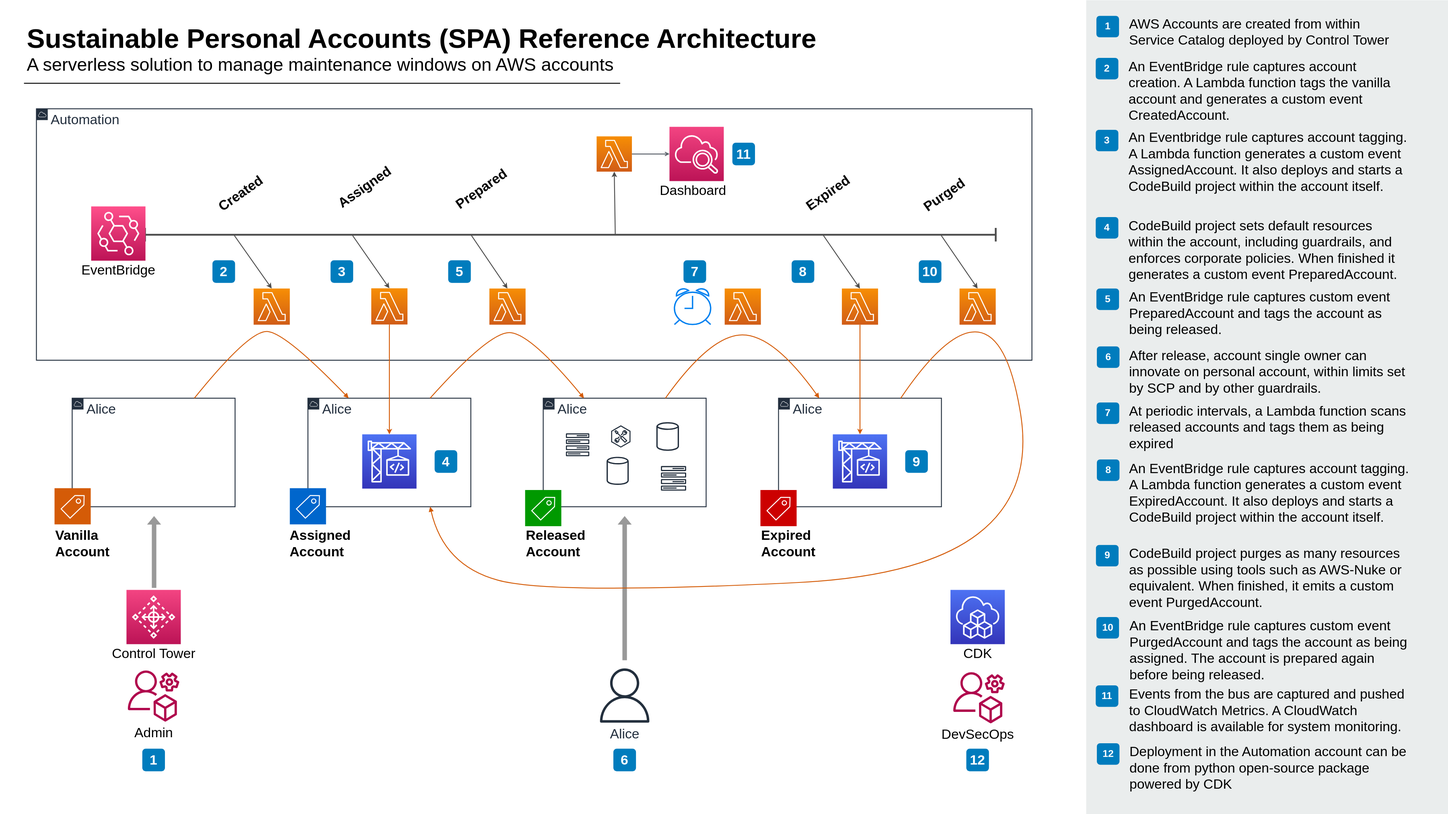
reply-fr/sustainable-personal-accounts keeps this draw.io diagram as media/reference-architecture.svg. Above is the earlier version. Source tidied: cells renumbered, new cells last; positions are measured from the earlier drawing's top-left corner, leaving out a move shared by most shapes.
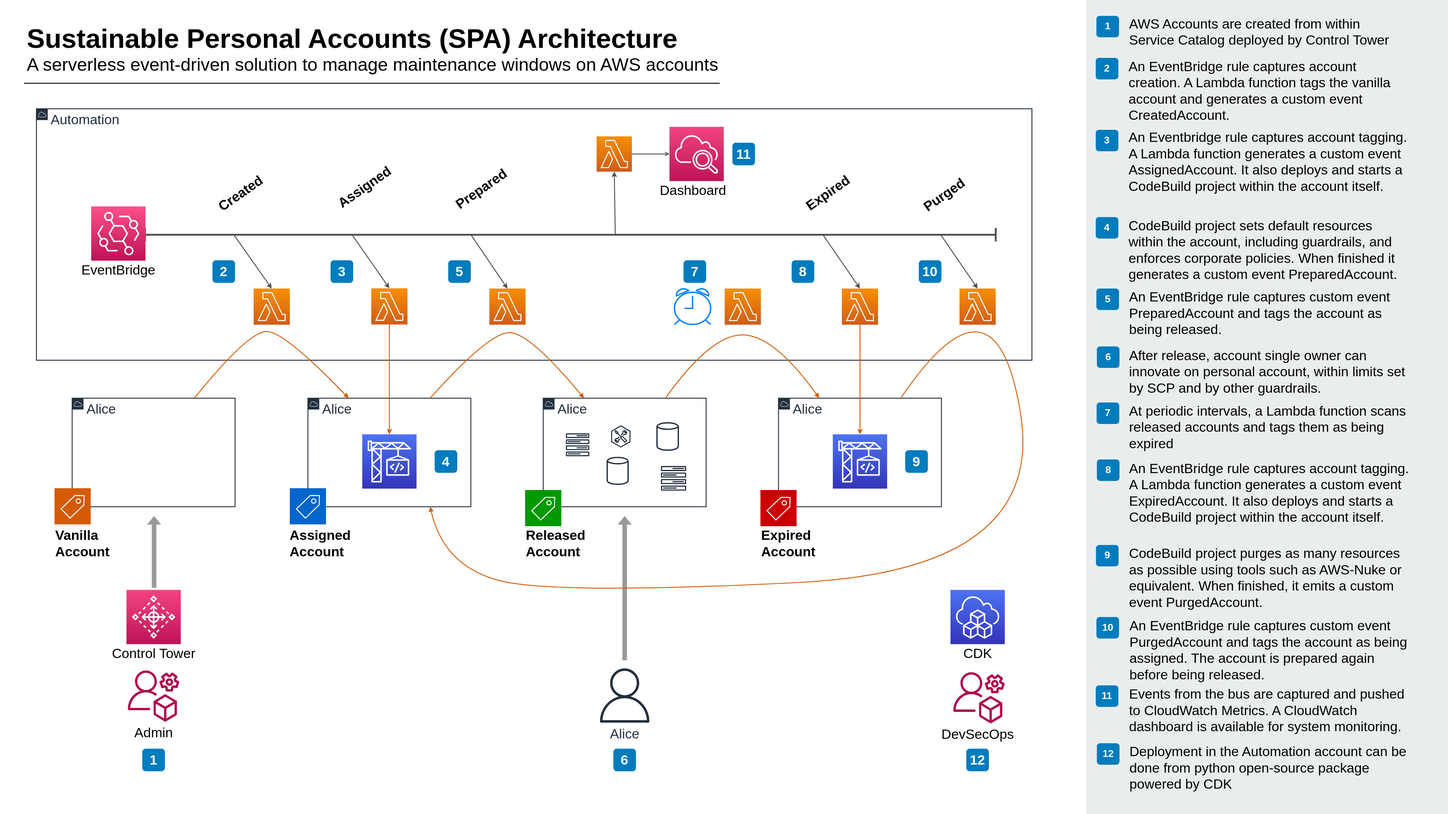
The same file after the commit.

Change to the diagram source:
```diff
@@ -23,14 +23,14 @@
     <mxCell id="8" value="1" style="rounded=1;whiteSpace=wrap;html=1;fillColor=#007CBD;strokeColor=none;fontColor=#FFFFFF;fontStyle=1;fontSize=30;" parent="1" vertex="1">
       <mxGeometry x="262" y="1655" width="50" height="50" as="geometry" />
     </mxCell>
-    <mxCell id="9" value="Sustainable Personal Accounts (SPA) Reference Architecture" style="text;html=1;align=left;verticalAlign=top;spacingTop=-4;fontSize=60;fontStyle=1;" parent="1" vertex="1">
-      <mxGeometry x="4.5" y="46.5" width="1760" height="70" as="geometry" />
+    <mxCell id="9" value="Sustainable Personal Accounts (SPA) Architecture" style="text;html=1;align=left;verticalAlign=top;spacingTop=-4;fontSize=60;fontStyle=1;" parent="1" vertex="1">
+      <mxGeometry x="4.5" y="46.5" width="1450" height="70" as="geometry" />
     </mxCell>
-    <mxCell id="10" value="A serverless solution to manage maintenance windows on AWS accounts" style="text;html=1;align=left;verticalAlign=top;spacingTop=-4;fontSize=40;" parent="1" vertex="1">
-      <mxGeometry x="4.5" y="114.5" width="1310" height="50" as="geometry" />
+    <mxCell id="10" value="A serverless event-driven solution to manage maintenance windows on AWS accounts" style="text;html=1;align=left;verticalAlign=top;spacingTop=-4;fontSize=40;" parent="1" vertex="1">
+      <mxGeometry x="4.5" y="114.5" width="1540" height="50" as="geometry" />
     </mxCell>
     <mxCell id="11" style="line;strokeWidth=2;html=1;fontSize=14;" parent="1" vertex="1">
-      <mxGeometry x="0.5" y="178.5" width="1317.5" height="10" as="geometry" />
+      <mxGeometry x="0.5" y="178.5" width="1537.5" height="10" as="geometry" />
     </mxCell>
     <mxCell id="12" style="rounded=0;whiteSpace=wrap;html=1;fillColor=#EAEDED;fontSize=22;fontColor=#FFFFFF;strokeColor=none;labelBackgroundColor=none;" parent="1" vertex="1">
       <mxGeometry x="2348" width="800" height="1800" as="geometry" />
```
